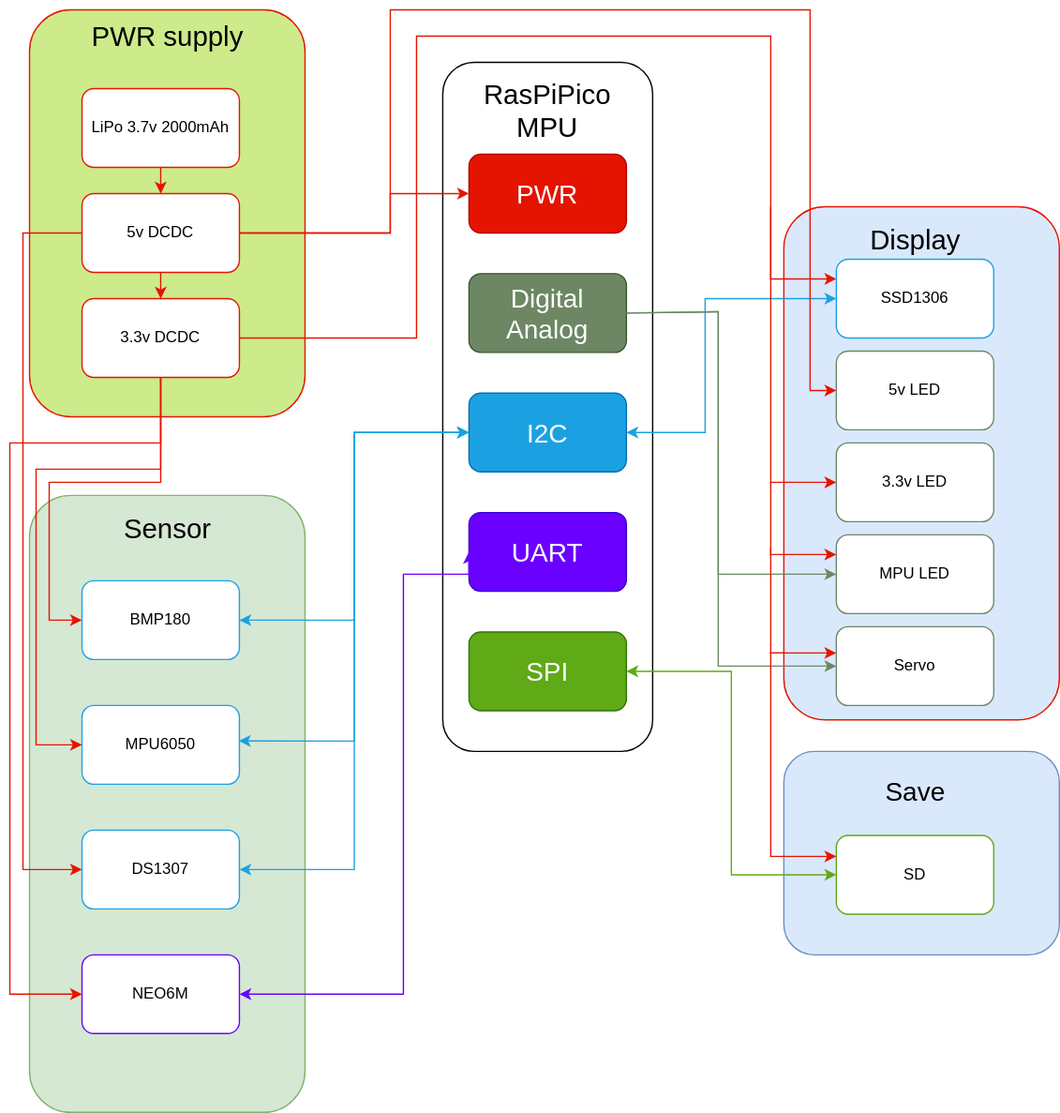
Above: FwhitESat/SystemChart/FwhitESat-system.svg in Tail-BackShape/ACSRE-tail (draw.io), before the change. Source tidied: cells renumbered, new cells last; positions are measured from the earlier drawing's top-left corner, leaving out a move shared by most shapes. Source of this version:
```xml
<mxGraphModel>
  <root>
    <mxCell id="0" />
    <mxCell id="1" parent="0" />
    <mxCell id="2" style="rounded=1;whiteSpace=wrap;html=1;fillColor=#dae8fc;strokeColor=#6c8ebf;" parent="1" vertex="1">
      <mxGeometry x="590" y="565" width="210" height="155" as="geometry" />
    </mxCell>
    <mxCell id="3" style="rounded=1;whiteSpace=wrap;html=1;fillColor=#dae8fc;strokeColor=#e51400;" parent="1" vertex="1">
      <mxGeometry x="590" y="150" width="210" height="391" as="geometry" />
    </mxCell>
    <mxCell id="4" style="rounded=1;whiteSpace=wrap;html=1;fillColor=#d5e8d4;strokeColor=#82b366;" parent="1" vertex="1">
      <mxGeometry x="15" y="370" width="210" height="470" as="geometry" />
    </mxCell>
    <mxCell id="5" value="&lt;font style=&quot;font-size: 21px;&quot;&gt;RasPiPico&lt;br&gt;MPU&lt;br&gt;&lt;br&gt;&lt;br&gt;&lt;br&gt;&lt;br&gt;&lt;br&gt;&lt;br&gt;&lt;br&gt;&lt;br&gt;&lt;br&gt;&lt;br&gt;&lt;br&gt;&lt;br&gt;&lt;br&gt;&lt;br&gt;&lt;br&gt;&lt;br&gt;&lt;br&gt;&lt;br&gt;&lt;/font&gt;" style="rounded=1;whiteSpace=wrap;html=1;" parent="1" vertex="1">
      <mxGeometry x="330" y="40" width="160" height="525" as="geometry" />
    </mxCell>
    <mxCell id="6" value="BMP180" style="rounded=1;whiteSpace=wrap;html=1;strokeColor=#1ba1e2;" parent="1" vertex="1">
      <mxGeometry x="55" y="435" width="120" height="60" as="geometry" />
    </mxCell>
    <mxCell id="7" value="MPU6050" style="rounded=1;whiteSpace=wrap;html=1;strokeColor=#1ba1e2;" parent="1" vertex="1">
      <mxGeometry x="55" y="530" width="120" height="60" as="geometry" />
    </mxCell>
    <mxCell id="8" value="SSD1306" style="rounded=1;whiteSpace=wrap;html=1;strokeColor=#1ba1e2;" parent="1" vertex="1">
      <mxGeometry x="630" y="190" width="120" height="60" as="geometry" />
    </mxCell>
    <mxCell id="9" value="SD" style="rounded=1;whiteSpace=wrap;html=1;strokeColor=#60a917;" parent="1" vertex="1">
      <mxGeometry x="630" y="629" width="120" height="60" as="geometry" />
    </mxCell>
    <mxCell id="10" value="DS1307" style="rounded=1;whiteSpace=wrap;html=1;strokeColor=#1ba1e2;" parent="1" vertex="1">
      <mxGeometry x="55" y="625" width="120" height="60" as="geometry" />
    </mxCell>
    <mxCell id="11" value="Sensor" style="text;html=1;align=center;verticalAlign=middle;strokeColor=none;fillColor=none;fontSize=21;" parent="1" vertex="1">
      <mxGeometry x="75" y="375" width="90" height="40" as="geometry" />
    </mxCell>
    <mxCell id="12" value="Display" style="text;html=1;align=center;verticalAlign=middle;strokeColor=none;fillColor=none;fontSize=21;" parent="1" vertex="1">
      <mxGeometry x="645" y="155" width="90" height="40" as="geometry" />
    </mxCell>
    <mxCell id="13" value="Save" style="text;html=1;align=center;verticalAlign=middle;strokeColor=none;fillColor=none;fontSize=20;" parent="1" vertex="1">
      <mxGeometry x="655" y="575" width="70" height="40" as="geometry" />
    </mxCell>
    <mxCell id="14" value="5v LED" style="rounded=1;whiteSpace=wrap;html=1;strokeColor=#6d8764;" parent="1" vertex="1">
      <mxGeometry x="630" y="260" width="120" height="60" as="geometry" />
    </mxCell>
    <mxCell id="15" value="Servo" style="rounded=1;whiteSpace=wrap;html=1;strokeColor=#6d8764;" parent="1" vertex="1">
      <mxGeometry x="630" y="470" width="120" height="60" as="geometry" />
    </mxCell>
    <mxCell id="16" style="rounded=1;whiteSpace=wrap;html=1;fillColor=#cdeb8b;strokeColor=#e51400;" parent="1" vertex="1">
      <mxGeometry x="15" width="210" height="310" as="geometry" />
    </mxCell>
    <mxCell id="17" value="PWR supply" style="text;html=1;align=center;verticalAlign=middle;strokeColor=none;fillColor=none;fontSize=21;" parent="1" vertex="1">
      <mxGeometry x="50" width="140" height="40" as="geometry" />
    </mxCell>
    <mxCell id="18" value="LiPo 3.7v 2000mAh" style="rounded=1;whiteSpace=wrap;html=1;strokeColor=#e51400;" parent="1" vertex="1">
      <mxGeometry x="55" y="60" width="120" height="60" as="geometry" />
    </mxCell>
    <mxCell id="19" value="5v DCDC" style="rounded=1;whiteSpace=wrap;html=1;strokeColor=#e51400;" parent="1" vertex="1">
      <mxGeometry x="55" y="140" width="120" height="60" as="geometry" />
    </mxCell>
    <mxCell id="20" value="3.3v DCDC" style="rounded=1;whiteSpace=wrap;html=1;strokeColor=#e51400;" parent="1" vertex="1">
      <mxGeometry x="55" y="220" width="120" height="60" as="geometry" />
    </mxCell>
    <mxCell id="21" value="&lt;font style=&quot;font-size: 20px;&quot;&gt;I2C&lt;/font&gt;" style="rounded=1;whiteSpace=wrap;html=1;fillColor=#1ba1e2;fontColor=#ffffff;strokeColor=#006EAF;" parent="1" vertex="1">
      <mxGeometry x="350" y="292" width="120" height="60" as="geometry" />
    </mxCell>
    <mxCell id="22" style="endArrow=classic;startArrow=classic;html=1;rounded=0;edgeStyle=orthogonalEdgeStyle;exitX=0.997;exitY=0.451;exitDx=0;exitDy=0;exitPerimeter=0;entryX=0;entryY=0.5;entryDx=0;entryDy=0;strokeColor=#1ba1e2;" parent="1" edge="1" source="7" target="21">
      <mxGeometry relative="1" as="geometry" />
    </mxCell>
    <mxCell id="23" value="NEO6M" style="rounded=1;whiteSpace=wrap;html=1;strokeColor=#6a00ff;" parent="1" vertex="1">
      <mxGeometry x="55" y="720" width="120" height="60" as="geometry" />
    </mxCell>
    <mxCell id="24" value="&lt;font style=&quot;font-size: 20px;&quot;&gt;UART&lt;/font&gt;" style="rounded=1;whiteSpace=wrap;html=1;fillColor=#6a00ff;fontColor=#ffffff;strokeColor=#3700CC;" parent="1" vertex="1">
      <mxGeometry x="350" y="383" width="120" height="60" as="geometry" />
    </mxCell>
    <mxCell id="25" style="endArrow=classic;startArrow=classic;html=1;rounded=0;edgeStyle=orthogonalEdgeStyle;exitX=1;exitY=0.5;exitDx=0;exitDy=0;entryX=0;entryY=0.5;entryDx=0;entryDy=0;strokeColor=#6a00ff;" parent="1" edge="1" source="23" target="24">
      <mxGeometry relative="1" as="geometry">
        <Array as="points">
          <mxPoint x="300" y="750" />
          <mxPoint x="300" y="430" />
        </Array>
      </mxGeometry>
    </mxCell>
    <mxCell id="26" value="&lt;font style=&quot;font-size: 20px;&quot;&gt;SPI&lt;/font&gt;" style="rounded=1;whiteSpace=wrap;html=1;fillColor=#60a917;fontColor=#ffffff;strokeColor=#2D7600;" parent="1" vertex="1">
      <mxGeometry x="350" y="474" width="120" height="60" as="geometry" />
    </mxCell>
    <mxCell id="27" style="endArrow=classic;startArrow=classic;html=1;rounded=0;exitX=1;exitY=0.5;exitDx=0;exitDy=0;edgeStyle=orthogonalEdgeStyle;entryX=0;entryY=0.5;entryDx=0;entryDy=0;strokeColor=#60a917;" parent="1" edge="1" source="26" target="9">
      <mxGeometry relative="1" as="geometry" />
    </mxCell>
    <mxCell id="28" value="&lt;span style=&quot;font-size: 20px;&quot;&gt;PWR&lt;/span&gt;" style="rounded=1;whiteSpace=wrap;html=1;fillColor=#e51400;fontColor=#ffffff;strokeColor=#B20000;" parent="1" vertex="1">
      <mxGeometry x="350" y="110" width="120" height="60" as="geometry" />
    </mxCell>
    <mxCell id="29" style="endArrow=classic;html=1;rounded=0;exitX=0.5;exitY=1;exitDx=0;exitDy=0;entryX=0.5;entryY=0;entryDx=0;entryDy=0;strokeColor=#e51400;" parent="1" edge="1" source="18" target="19">
      <mxGeometry relative="1" as="geometry" />
    </mxCell>
    <mxCell id="30" style="endArrow=classic;html=1;rounded=0;exitX=0.5;exitY=1;exitDx=0;exitDy=0;entryX=0.5;entryY=0;entryDx=0;entryDy=0;strokeColor=#e51400;" parent="1" edge="1" source="19" target="20">
      <mxGeometry relative="1" as="geometry" />
    </mxCell>
    <mxCell id="31" style="endArrow=classic;html=1;rounded=0;exitX=1;exitY=0.5;exitDx=0;exitDy=0;entryX=0;entryY=0.5;entryDx=0;entryDy=0;strokeColor=#e51400;edgeStyle=orthogonalEdgeStyle;" parent="1" edge="1" source="19" target="28">
      <mxGeometry relative="1" as="geometry">
        <Array as="points">
          <mxPoint x="290" y="170" />
          <mxPoint x="290" y="140" />
        </Array>
      </mxGeometry>
    </mxCell>
    <mxCell id="32" value="&lt;span style=&quot;font-size: 20px;&quot;&gt;Digital&lt;br&gt;Analog&lt;br&gt;&lt;/span&gt;" style="rounded=1;whiteSpace=wrap;html=1;fillColor=#6d8764;fontColor=#ffffff;strokeColor=#3A5431;" parent="1" vertex="1">
      <mxGeometry x="350" y="201" width="120" height="60" as="geometry" />
    </mxCell>
    <mxCell id="33" style="endArrow=classic;html=1;rounded=0;exitX=0.5;exitY=1;exitDx=0;exitDy=0;entryX=0;entryY=0.5;entryDx=0;entryDy=0;strokeColor=#e51400;edgeStyle=orthogonalEdgeStyle;" parent="1" edge="1" source="20" target="6">
      <mxGeometry relative="1" as="geometry">
        <Array as="points">
          <mxPoint x="115" y="360" />
          <mxPoint x="30" y="360" />
          <mxPoint x="30" y="465" />
        </Array>
      </mxGeometry>
    </mxCell>
    <mxCell id="34" style="endArrow=classic;html=1;rounded=0;exitX=0.5;exitY=1;exitDx=0;exitDy=0;strokeColor=#e51400;edgeStyle=orthogonalEdgeStyle;entryX=0;entryY=0.5;entryDx=0;entryDy=0;" parent="1" edge="1" source="20" target="23">
      <mxGeometry relative="1" as="geometry">
        <Array as="points">
          <mxPoint x="115" y="330" />
          <mxPoint y="330" />
          <mxPoint y="750" />
        </Array>
      </mxGeometry>
    </mxCell>
    <mxCell id="35" style="endArrow=classic;html=1;rounded=0;exitX=0.5;exitY=1;exitDx=0;exitDy=0;entryX=0;entryY=0.5;entryDx=0;entryDy=0;strokeColor=#e51400;edgeStyle=orthogonalEdgeStyle;" parent="1" edge="1" source="20" target="7">
      <mxGeometry relative="1" as="geometry">
        <Array as="points">
          <mxPoint x="115" y="350" />
          <mxPoint x="20" y="350" />
          <mxPoint x="20" y="560" />
        </Array>
      </mxGeometry>
    </mxCell>
    <mxCell id="36" style="endArrow=classic;startArrow=classic;html=1;rounded=0;edgeStyle=orthogonalEdgeStyle;exitX=1;exitY=0.5;exitDx=0;exitDy=0;entryX=0;entryY=0.5;entryDx=0;entryDy=0;strokeColor=#1ba1e2;" parent="1" edge="1" source="10" target="21">
      <mxGeometry relative="1" as="geometry" />
    </mxCell>
    <mxCell id="37" style="endArrow=classic;startArrow=classic;html=1;rounded=0;edgeStyle=orthogonalEdgeStyle;exitX=1;exitY=0.5;exitDx=0;exitDy=0;entryX=0;entryY=0.5;entryDx=0;entryDy=0;strokeColor=#1ba1e2;" parent="1" edge="1" source="6" target="21">
      <mxGeometry relative="1" as="geometry" />
    </mxCell>
    <mxCell id="38" style="endArrow=classic;startArrow=classic;html=1;rounded=0;edgeStyle=orthogonalEdgeStyle;exitX=1;exitY=0.5;exitDx=0;exitDy=0;entryX=0;entryY=0.5;entryDx=0;entryDy=0;strokeColor=#1ba1e2;" parent="1" edge="1" source="21" target="8">
      <mxGeometry relative="1" as="geometry">
        <Array as="points">
          <mxPoint x="530" y="322" />
          <mxPoint x="530" y="220" />
        </Array>
      </mxGeometry>
    </mxCell>
    <mxCell id="39" style="endArrow=classic;html=1;rounded=0;exitX=1;exitY=0.5;exitDx=0;exitDy=0;edgeStyle=orthogonalEdgeStyle;entryX=0;entryY=0.5;entryDx=0;entryDy=0;strokeColor=#6d8764;" parent="1" edge="1" source="32" target="15">
      <mxGeometry relative="1" as="geometry">
        <Array as="points">
          <mxPoint x="470" y="230" />
          <mxPoint x="540" y="230" />
          <mxPoint x="540" y="500" />
        </Array>
      </mxGeometry>
    </mxCell>
    <mxCell id="40" value="MPU LED" style="rounded=1;whiteSpace=wrap;html=1;strokeColor=#6d8764;" parent="1" vertex="1">
      <mxGeometry x="630" y="400" width="120" height="60" as="geometry" />
    </mxCell>
    <mxCell id="41" value="3.3v LED" style="rounded=1;whiteSpace=wrap;html=1;strokeColor=#6d8764;" parent="1" vertex="1">
      <mxGeometry x="630" y="330" width="120" height="60" as="geometry" />
    </mxCell>
    <mxCell id="42" style="endArrow=classic;html=1;rounded=0;exitX=1;exitY=0.5;exitDx=0;exitDy=0;edgeStyle=orthogonalEdgeStyle;entryX=0;entryY=0.5;entryDx=0;entryDy=0;strokeColor=#6d8764;" parent="1" edge="1" source="32" target="40">
      <mxGeometry relative="1" as="geometry">
        <Array as="points">
          <mxPoint x="470" y="230" />
          <mxPoint x="540" y="230" />
          <mxPoint x="540" y="430" />
        </Array>
      </mxGeometry>
    </mxCell>
    <mxCell id="43" style="endArrow=classic;html=1;rounded=0;exitX=1;exitY=0.5;exitDx=0;exitDy=0;strokeColor=#e51400;edgeStyle=orthogonalEdgeStyle;entryX=0;entryY=0.5;entryDx=0;entryDy=0;" parent="1" edge="1" source="19" target="14">
      <mxGeometry relative="1" as="geometry">
        <Array as="points">
          <mxPoint x="290" y="170" />
          <mxPoint x="290" />
          <mxPoint x="610" />
          <mxPoint x="610" y="290" />
        </Array>
      </mxGeometry>
    </mxCell>
    <mxCell id="44" style="endArrow=classic;html=1;rounded=0;exitX=1;exitY=0.5;exitDx=0;exitDy=0;strokeColor=#e51400;edgeStyle=orthogonalEdgeStyle;entryX=0;entryY=0.5;entryDx=0;entryDy=0;" parent="1" edge="1" source="20" target="41">
      <mxGeometry relative="1" as="geometry">
        <Array as="points">
          <mxPoint x="310" y="250" />
          <mxPoint x="310" y="20" />
          <mxPoint x="580" y="20" />
          <mxPoint x="580" y="360" />
        </Array>
      </mxGeometry>
    </mxCell>
    <mxCell id="45" style="endArrow=classic;html=1;rounded=0;edgeStyle=orthogonalEdgeStyle;entryX=0;entryY=0.25;entryDx=0;entryDy=0;strokeColor=#e51400;" parent="1" edge="1" target="40">
      <mxGeometry relative="1" as="geometry">
        <mxPoint x="580" y="360" as="sourcePoint" />
        <Array as="points">
          <mxPoint x="580" y="415" />
        </Array>
      </mxGeometry>
    </mxCell>
    <mxCell id="46" style="endArrow=classic;html=1;rounded=0;edgeStyle=orthogonalEdgeStyle;entryX=0;entryY=0.25;entryDx=0;entryDy=0;strokeColor=#e51400;" parent="1" edge="1">
      <mxGeometry relative="1" as="geometry">
        <mxPoint x="580" y="410" as="sourcePoint" />
        <mxPoint x="630" y="490" as="targetPoint" />
        <Array as="points">
          <mxPoint x="580" y="490" />
        </Array>
      </mxGeometry>
    </mxCell>
    <mxCell id="47" style="endArrow=classic;html=1;rounded=0;edgeStyle=orthogonalEdgeStyle;entryX=0;entryY=0.25;entryDx=0;entryDy=0;strokeColor=#e51400;" parent="1" edge="1">
      <mxGeometry relative="1" as="geometry">
        <mxPoint x="580" y="150" as="sourcePoint" />
        <mxPoint x="630" y="205" as="targetPoint" />
        <Array as="points">
          <mxPoint x="580" y="205" />
        </Array>
      </mxGeometry>
    </mxCell>
    <mxCell id="48" style="endArrow=classic;html=1;rounded=0;edgeStyle=orthogonalEdgeStyle;entryX=0;entryY=0.25;entryDx=0;entryDy=0;strokeColor=#e51400;" parent="1" edge="1">
      <mxGeometry relative="1" as="geometry">
        <mxPoint x="590" y="490" as="sourcePoint" />
        <mxPoint x="630" y="645" as="targetPoint" />
        <Array as="points">
          <mxPoint x="580" y="645" />
        </Array>
      </mxGeometry>
    </mxCell>
    <mxCell id="49" style="endArrow=classic;html=1;rounded=0;exitX=0;exitY=0.5;exitDx=0;exitDy=0;entryX=0;entryY=0.5;entryDx=0;entryDy=0;strokeColor=#e51400;edgeStyle=orthogonalEdgeStyle;" parent="1" edge="1" source="19">
      <mxGeometry relative="1" as="geometry">
        <mxPoint x="55" y="655" as="targetPoint" />
        <Array as="points">
          <mxPoint x="10" y="170" />
          <mxPoint x="10" y="655" />
        </Array>
      </mxGeometry>
    </mxCell>
  </root>
</mxGraphModel>
```
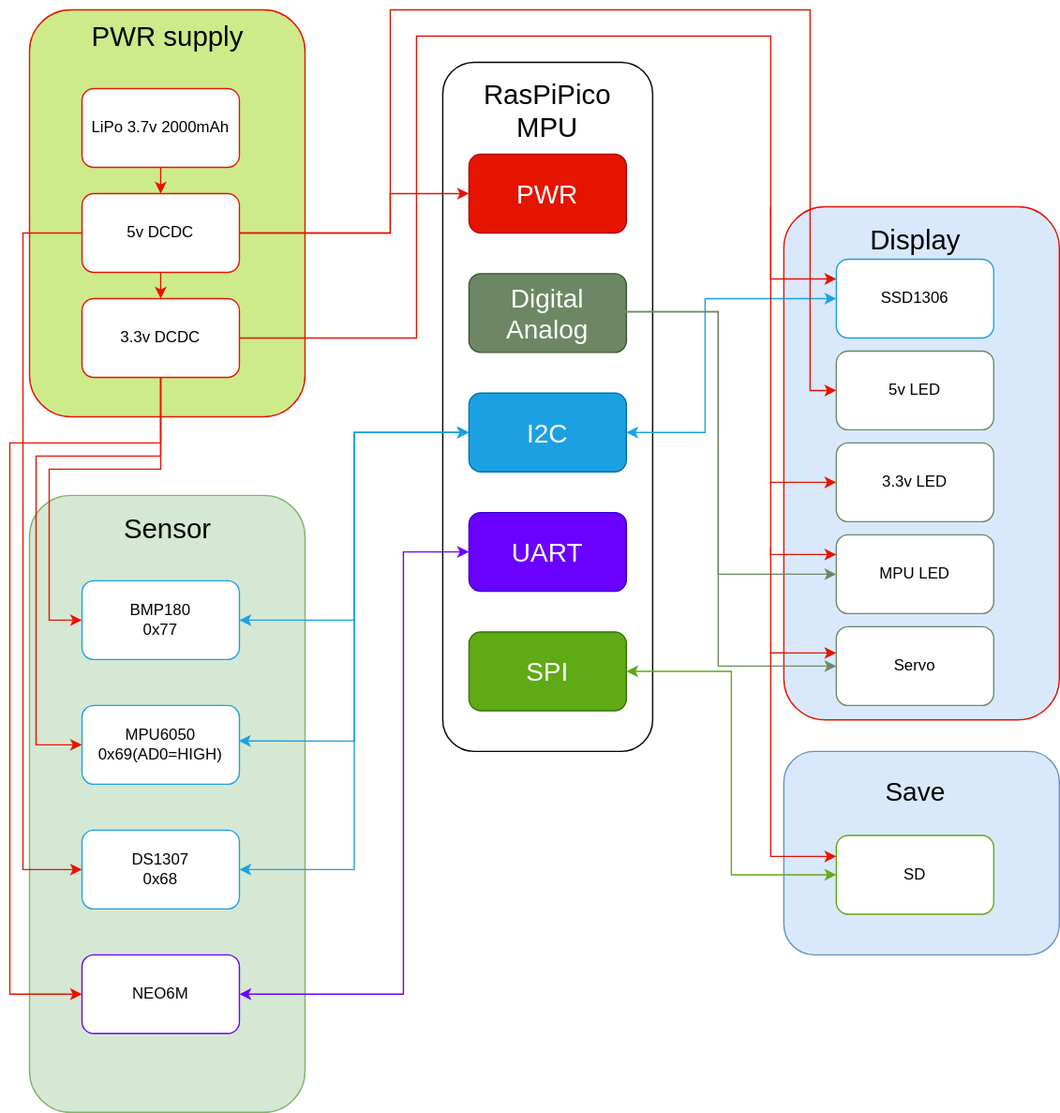
After the commit.

Commit message:
fix gitignore and system chart

Completely environmentally dependent files for 3D printers made untraceable.

Change to the diagram source:
```diff
@@ -14,10 +14,10 @@
     <mxCell id="5" value="&lt;font style=&quot;font-size: 21px;&quot;&gt;RasPiPico&lt;br&gt;MPU&lt;br&gt;&lt;br&gt;&lt;br&gt;&lt;br&gt;&lt;br&gt;&lt;br&gt;&lt;br&gt;&lt;br&gt;&lt;br&gt;&lt;br&gt;&lt;br&gt;&lt;br&gt;&lt;br&gt;&lt;br&gt;&lt;br&gt;&lt;br&gt;&lt;br&gt;&lt;br&gt;&lt;br&gt;&lt;/font&gt;" style="rounded=1;whiteSpace=wrap;html=1;" parent="1" vertex="1">
       <mxGeometry x="330" y="40" width="160" height="525" as="geometry" />
     </mxCell>
-    <mxCell id="6" value="BMP180" style="rounded=1;whiteSpace=wrap;html=1;strokeColor=#1ba1e2;" parent="1" vertex="1">
+    <mxCell id="6" value="BMP180&lt;br&gt;0x77" style="rounded=1;whiteSpace=wrap;html=1;strokeColor=#1ba1e2;" parent="1" vertex="1">
       <mxGeometry x="55" y="435" width="120" height="60" as="geometry" />
     </mxCell>
-    <mxCell id="7" value="MPU6050" style="rounded=1;whiteSpace=wrap;html=1;strokeColor=#1ba1e2;" parent="1" vertex="1">
+    <mxCell id="7" value="MPU6050&lt;br&gt;0x69(AD0=HIGH)" style="rounded=1;whiteSpace=wrap;html=1;strokeColor=#1ba1e2;" parent="1" vertex="1">
       <mxGeometry x="55" y="530" width="120" height="60" as="geometry" />
     </mxCell>
     <mxCell id="8" value="SSD1306" style="rounded=1;whiteSpace=wrap;html=1;strokeColor=#1ba1e2;" parent="1" vertex="1">
@@ -26,7 +26,7 @@
     <mxCell id="9" value="SD" style="rounded=1;whiteSpace=wrap;html=1;strokeColor=#60a917;" parent="1" vertex="1">
       <mxGeometry x="630" y="629" width="120" height="60" as="geometry" />
     </mxCell>
-    <mxCell id="10" value="DS1307" style="rounded=1;whiteSpace=wrap;html=1;strokeColor=#1ba1e2;" parent="1" vertex="1">
+    <mxCell id="10" value="DS1307&lt;br&gt;0x68" style="rounded=1;whiteSpace=wrap;html=1;strokeColor=#1ba1e2;" parent="1" vertex="1">
       <mxGeometry x="55" y="625" width="120" height="60" as="geometry" />
     </mxCell>
     <mxCell id="11" value="Sensor" style="text;html=1;align=center;verticalAlign=middle;strokeColor=none;fillColor=none;fontSize=21;" parent="1" vertex="1">
@@ -75,7 +75,7 @@
       <mxGeometry relative="1" as="geometry">
         <Array as="points">
           <mxPoint x="300" y="750" />
-          <mxPoint x="300" y="430" />
+          <mxPoint x="300" y="413" />
         </Array>
       </mxGeometry>
     </mxCell>
@@ -108,8 +108,8 @@
     <mxCell id="33" style="endArrow=classic;html=1;rounded=0;exitX=0.5;exitY=1;exitDx=0;exitDy=0;entryX=0;entryY=0.5;entryDx=0;entryDy=0;strokeColor=#e51400;edgeStyle=orthogonalEdgeStyle;" parent="1" edge="1" source="20" target="6">
       <mxGeometry relative="1" as="geometry">
         <Array as="points">
-          <mxPoint x="115" y="360" />
-          <mxPoint x="30" y="360" />
+          <mxPoint x="115" y="350" />
+          <mxPoint x="30" y="350" />
           <mxPoint x="30" y="465" />
         </Array>
       </mxGeometry>
@@ -126,8 +126,8 @@
     <mxCell id="35" style="endArrow=classic;html=1;rounded=0;exitX=0.5;exitY=1;exitDx=0;exitDy=0;entryX=0;entryY=0.5;entryDx=0;entryDy=0;strokeColor=#e51400;edgeStyle=orthogonalEdgeStyle;" parent="1" edge="1" source="20" target="7">
       <mxGeometry relative="1" as="geometry">
         <Array as="points">
-          <mxPoint x="115" y="350" />
-          <mxPoint x="20" y="350" />
+          <mxPoint x="115" y="340" />
+          <mxPoint x="20" y="340" />
           <mxPoint x="20" y="560" />
         </Array>
       </mxGeometry>
```
